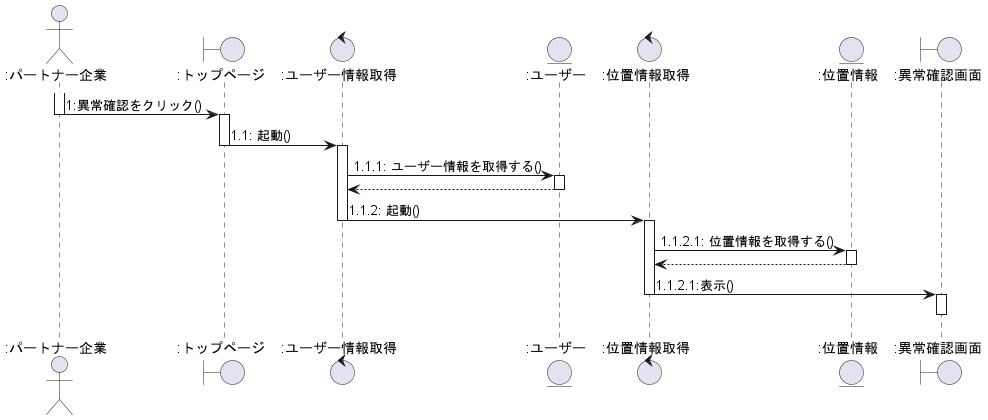
Above: out/client_sequence/異常確認.png in ksw2270227/GroupF (PlantUML), before the change.
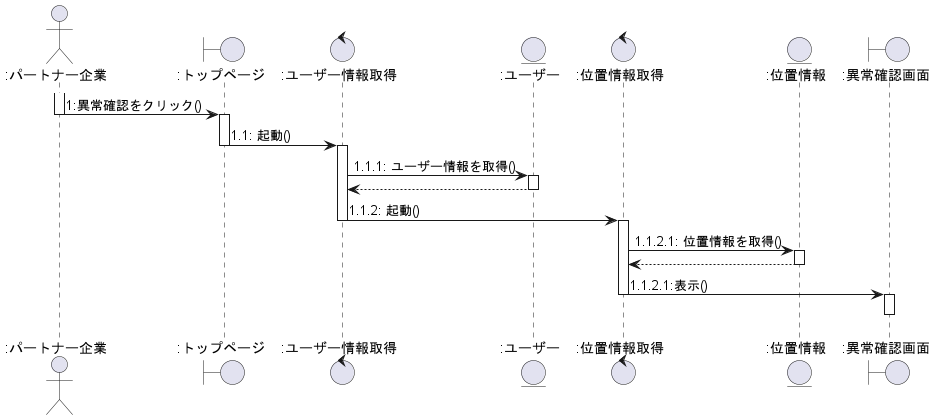
The same file after the commit.

Change to the diagram source:
```diff
@@ -21,7 +21,7 @@
 
 
 activate c
-c -> e :1.1.1: ユーザー情報を取得する()
+c -> e :1.1.1: ユーザー情報を取得()
 activate e
 e --> c
 deactivate e
@@ -31,7 +31,7 @@
 
 
 activate b
-b -> en :1.1.2.1: 位置情報を取得する()
+b -> en :1.1.2.1: 位置情報を取得()
 activate en
 en --> b
 deactivate en
```
